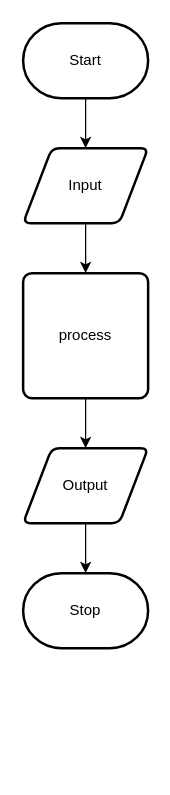
Before: design/flow-chart.drawio in brennan-lee/ICS2O-Unit5-01-HTML-Slider, a draw.io diagram. Source tidied: cells renumbered, new cells numbered last; positions are measured from the earlier drawing's top-left corner, leaving out a move shared by most shapes. Both pictures are drawn from the tidied source at 125%, with x=0, y=0 at pixel (22, 22).
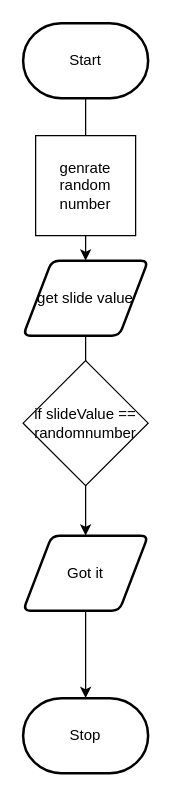
The same diagram, later.

Commit message (it also covers changes not shown here):
random number

Diff of the diagram source:
```diff
@@
 <mxGraphModel>
   <root>
     <mxCell id="0" />
     <mxCell id="1" parent="0" />
     <mxCell id="2" style="edgeStyle=none;html=1;" parent="1" edge="1" source="3" target="5">
       <mxGeometry relative="1" as="geometry" />
     </mxCell>
     <mxCell id="3" value="Start" style="strokeWidth=2;html=1;shape=mxgraph.flowchart.terminator;whiteSpace=wrap;" parent="1" vertex="1">
       <mxGeometry width="100" height="60" as="geometry" />
     </mxCell>
-    <mxCell id="4" style="edgeStyle=none;html=1;" parent="1" edge="1" source="5" target="7">
+    <mxCell id="4" style="edgeStyle=none;html=1;entryX=0.5;entryY=0;entryDx=0;entryDy=0;" parent="1" edge="1" source="5" target="9">
       <mxGeometry relative="1" as="geometry" />
     </mxCell>
-    <mxCell id="5" value="Input" style="shape=parallelogram;html=1;strokeWidth=2;perimeter=parallelogramPerimeter;whiteSpace=wrap;rounded=1;arcSize=12;size=0.23;" parent="1" vertex="1">
-      <mxGeometry y="100" width="100" height="60" as="geometry" />
+    <mxCell id="5" value="get slide value" style="shape=parallelogram;html=1;strokeWidth=2;perimeter=parallelogramPerimeter;whiteSpace=wrap;rounded=1;arcSize=12;size=0.23;" parent="1" vertex="1">
+      <mxGeometry y="190" width="100" height="60" as="geometry" />
     </mxCell>
-    <mxCell id="6" style="edgeStyle=none;html=1;" parent="1" edge="1" source="7" target="9">
-      <mxGeometry relative="1" as="geometry" />
-    </mxCell>
-    <mxCell id="7" value="process" style="rounded=1;whiteSpace=wrap;html=1;absoluteArcSize=1;arcSize=14;strokeWidth=2;" parent="1" vertex="1">
-      <mxGeometry y="200" width="100" height="100" as="geometry" />
-    </mxCell>
     <mxCell id="8" style="edgeStyle=none;html=1;" parent="1" edge="1" source="9" target="10">
       <mxGeometry relative="1" as="geometry" />
     </mxCell>
-    <mxCell id="9" value="Output" style="shape=parallelogram;html=1;strokeWidth=2;perimeter=parallelogramPerimeter;whiteSpace=wrap;rounded=1;arcSize=12;size=0.23;" parent="1" vertex="1">
-      <mxGeometry y="340" width="100" height="60" as="geometry" />
+    <mxCell id="9" value="Got it" style="shape=parallelogram;html=1;strokeWidth=2;perimeter=parallelogramPerimeter;whiteSpace=wrap;rounded=1;arcSize=12;size=0.23;" parent="1" vertex="1">
+      <mxGeometry y="410" width="100" height="60" as="geometry" />
     </mxCell>
     <mxCell id="10" value="Stop" style="strokeWidth=2;html=1;shape=mxgraph.flowchart.terminator;whiteSpace=wrap;" parent="1" vertex="1">
-      <mxGeometry y="440" width="100" height="60" as="geometry" />
+      <mxGeometry y="540" width="100" height="60" as="geometry" />
     </mxCell>
+    <mxCell id="11" value="genrate random number" style="whiteSpace=wrap;html=1;" parent="1" vertex="1">
+      <mxGeometry x="10" y="90" width="80" height="80" as="geometry" />
+    </mxCell>
+    <mxCell id="12" value="if slideValue == randomnumber" style="rhombus;whiteSpace=wrap;html=1;" parent="1" vertex="1">
+      <mxGeometry y="270" width="100" height="100" as="geometry" />
+    </mxCell>
   </root>
 </mxGraphModel>
```
